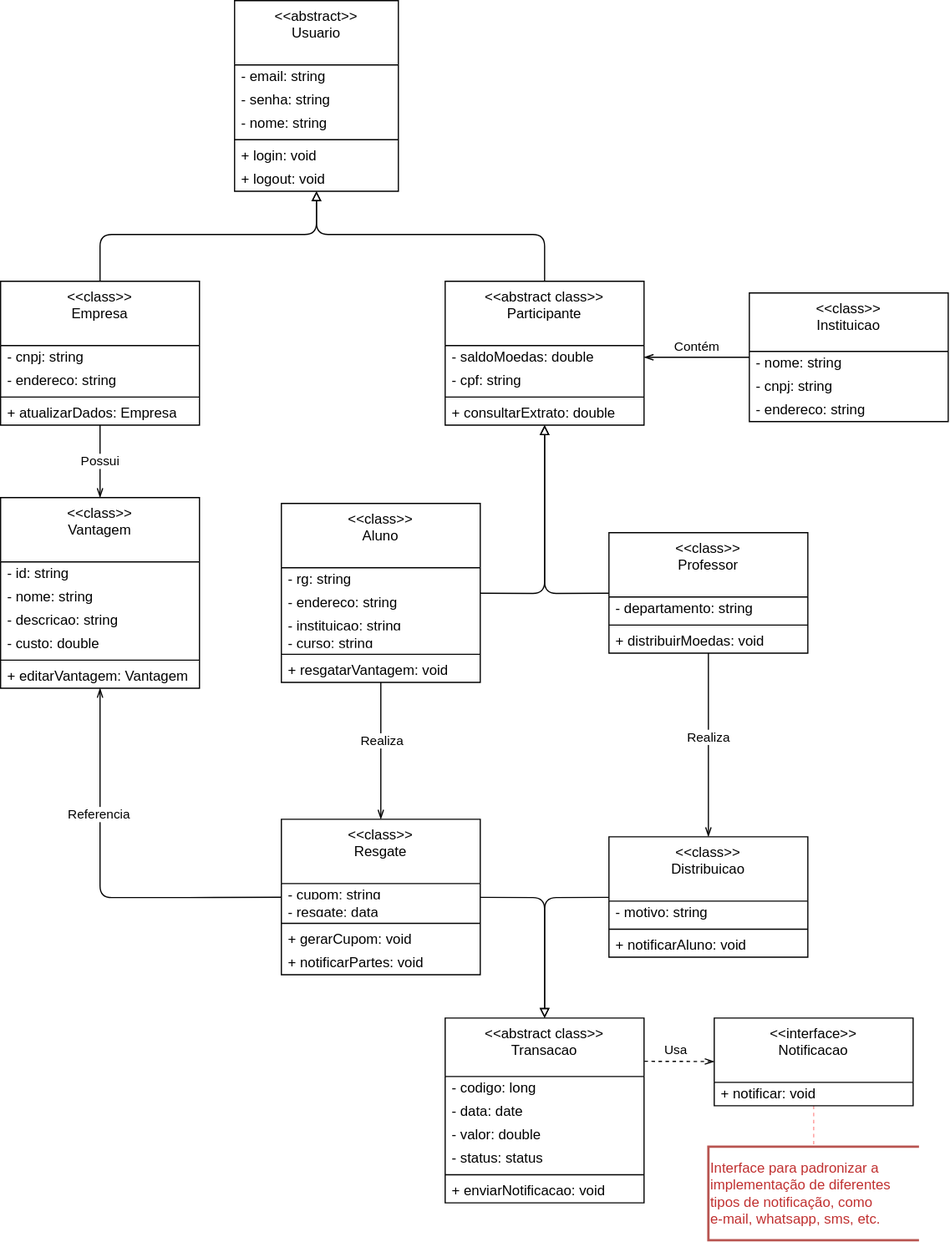
Before: projeto/DiagramaDeClasse.drawio.svg, a diagram exported from draw.io (marcosffp/Sistema-Merito-Digital). Source tidied: cells renumbered, new cells last; positions are measured from the earlier drawing's top-left corner, leaving out a move shared by most shapes.
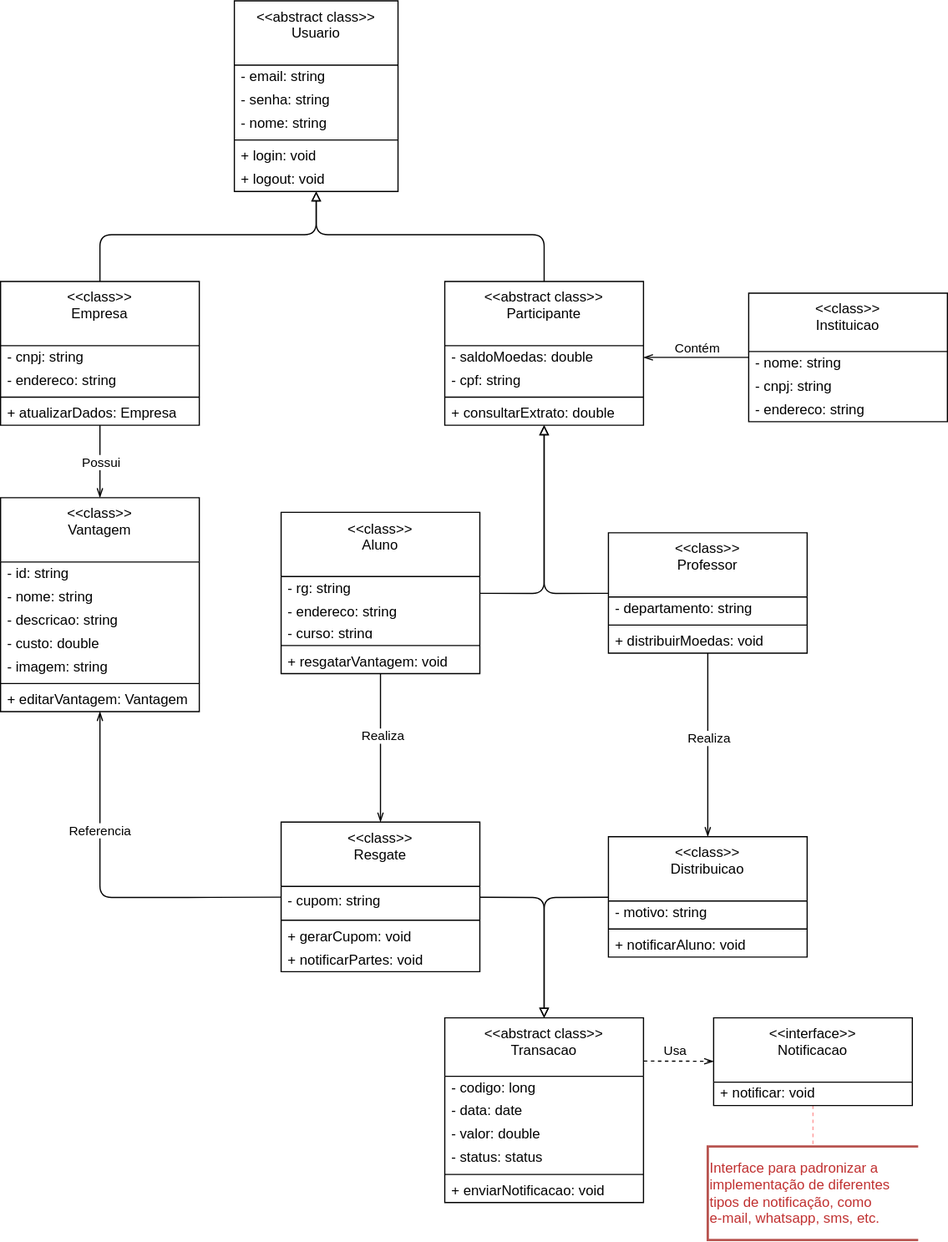
After the commit.

Commit message:
feat: Initialize Spring Boot project with Maven Wrapper + Fixing UML issues

Diff of the diagram source:
```diff
@@ -2,7 +2,7 @@
   <root>
     <mxCell id="0" />
     <mxCell id="1" parent="0" />
-    <mxCell id="2" value="&amp;lt;&amp;lt;abstract&amp;gt;&amp;gt;&lt;div&gt;Usuario&lt;/div&gt;" style="swimlane;fontStyle=0;align=center;verticalAlign=top;horizontal=1;startSize=55;html=1;whiteSpace=wrap;" parent="1" vertex="1">
+    <mxCell id="2" value="&amp;lt;&amp;lt;abstract class&amp;gt;&amp;gt;&lt;div&gt;Usuario&lt;/div&gt;" style="swimlane;fontStyle=0;align=center;verticalAlign=top;horizontal=1;startSize=55;html=1;whiteSpace=wrap;" parent="1" vertex="1">
       <mxGeometry x="200" width="140" height="163" as="geometry" />
     </mxCell>
     <mxCell id="3" value="- email: string" style="text;html=1;strokeColor=none;fillColor=none;align=left;verticalAlign=middle;spacingLeft=4;spacingRight=4;overflow=hidden;whiteSpace=wrap;" parent="2" vertex="1">
@@ -55,7 +55,7 @@
       <mxGeometry y="103" width="170" height="20" as="geometry" />
     </mxCell>
     <mxCell id="17" value="&amp;lt;&amp;lt;class&amp;gt;&amp;gt;&lt;div&gt;Vantagem&lt;/div&gt;" style="swimlane;fontStyle=0;align=center;verticalAlign=top;horizontal=1;startSize=55;html=1;whiteSpace=wrap;" parent="1" vertex="1">
-      <mxGeometry y="425" width="170" height="163" as="geometry" />
+      <mxGeometry y="425" width="170" height="183" as="geometry" />
     </mxCell>
     <mxCell id="18" value="- id: string" style="text;html=1;strokeColor=none;fillColor=none;align=left;verticalAlign=middle;spacingLeft=4;spacingRight=4;overflow=hidden;whiteSpace=wrap;" parent="17" vertex="1">
       <mxGeometry y="55" width="170" height="20" as="geometry" />
@@ -69,11 +69,14 @@
     <mxCell id="21" value="- custo: double" style="text;html=1;strokeColor=none;fillColor=none;align=left;verticalAlign=middle;spacingLeft=4;spacingRight=4;overflow=hidden;whiteSpace=wrap;" parent="17" vertex="1">
       <mxGeometry y="115" width="170" height="20" as="geometry" />
     </mxCell>
+    <mxCell id="80" value="- imagem: string" style="text;html=1;strokeColor=none;fillColor=none;align=left;verticalAlign=middle;spacingLeft=4;spacingRight=4;overflow=hidden;whiteSpace=wrap;" parent="17" vertex="1">
+      <mxGeometry y="135" width="170" height="20" as="geometry" />
+    </mxCell>
     <mxCell id="22" style="line;strokeWidth=1;fillColor=none;align=left;verticalAlign=middle;spacingTop=-1;spacingLeft=3;spacingRight=3;labelPosition=right;" parent="17" vertex="1">
-      <mxGeometry y="135" width="170" height="8" as="geometry" />
+      <mxGeometry y="155" width="170" height="8" as="geometry" />
     </mxCell>
     <mxCell id="23" value="+ editarVantagem: Vantagem" style="text;html=1;strokeColor=none;fillColor=none;align=left;verticalAlign=middle;spacingLeft=4;spacingRight=4;overflow=hidden;whiteSpace=wrap;" parent="17" vertex="1">
-      <mxGeometry y="143" width="170" height="20" as="geometry" />
+      <mxGeometry y="163" width="170" height="20" as="geometry" />
     </mxCell>
     <mxCell id="24" style="edgeStyle=none;html=1;endArrow=block;endFill=0;" parent="1" edge="1" source="25" target="2">
       <mxGeometry relative="1" as="geometry">
@@ -112,7 +115,7 @@
       <mxGeometry x="-0.16" y="1" relative="1" as="geometry" />
     </mxCell>
     <mxCell id="33" value="&amp;lt;&amp;lt;class&amp;gt;&amp;gt;&lt;div&gt;Aluno&lt;/div&gt;" style="swimlane;fontStyle=0;align=center;verticalAlign=top;horizontal=1;startSize=55;html=1;whiteSpace=wrap;" parent="1" vertex="1">
-      <mxGeometry x="240" y="430" width="170" height="153" as="geometry" />
+      <mxGeometry x="240" y="437.5" width="170" height="138" as="geometry" />
     </mxCell>
     <mxCell id="34" value="- rg: string" style="text;html=1;strokeColor=none;fillColor=none;align=left;verticalAlign=middle;spacingLeft=4;spacingRight=4;overflow=hidden;whiteSpace=wrap;" parent="33" vertex="1">
       <mxGeometry y="55" width="170" height="20" as="geometry" />
@@ -120,17 +123,14 @@
     <mxCell id="35" value="- endereco: string" style="text;html=1;strokeColor=none;fillColor=none;align=left;verticalAlign=middle;spacingLeft=4;spacingRight=4;overflow=hidden;whiteSpace=wrap;" parent="33" vertex="1">
       <mxGeometry y="75" width="170" height="20" as="geometry" />
     </mxCell>
-    <mxCell id="36" value="- instituicao: string" style="text;html=1;strokeColor=none;fillColor=none;align=left;verticalAlign=middle;spacingLeft=4;spacingRight=4;overflow=hidden;whiteSpace=wrap;" parent="33" vertex="1">
-      <mxGeometry y="95" width="170" height="15" as="geometry" />
-    </mxCell>
     <mxCell id="37" value="- curso: string" style="text;html=1;strokeColor=none;fillColor=none;align=left;verticalAlign=middle;spacingLeft=4;spacingRight=4;overflow=hidden;whiteSpace=wrap;" parent="33" vertex="1">
-      <mxGeometry y="110" width="170" height="15" as="geometry" />
+      <mxGeometry y="95" width="170" height="15" as="geometry" />
     </mxCell>
     <mxCell id="38" style="line;strokeWidth=1;fillColor=none;align=left;verticalAlign=middle;spacingTop=-1;spacingLeft=3;spacingRight=3;labelPosition=right;" parent="33" vertex="1">
-      <mxGeometry y="125" width="170" height="8" as="geometry" />
+      <mxGeometry y="110" width="170" height="8" as="geometry" />
     </mxCell>
     <mxCell id="39" value="+ resgatarVantagem: void" style="text;html=1;strokeColor=none;fillColor=none;align=left;verticalAlign=middle;spacingLeft=4;spacingRight=4;overflow=hidden;whiteSpace=wrap;" parent="33" vertex="1">
-      <mxGeometry y="133" width="170" height="20" as="geometry" />
+      <mxGeometry y="118" width="170" height="20" as="geometry" />
     </mxCell>
     <mxCell id="40" style="edgeStyle=none;html=1;endArrow=block;endFill=0;" parent="1" edge="1" source="43" target="25">
       <mxGeometry relative="1" as="geometry">
@@ -205,22 +205,19 @@
       </mxGeometry>
     </mxCell>
     <mxCell id="60" value="&amp;lt;&amp;lt;class&amp;gt;&amp;gt;&lt;div&gt;Resgate&lt;/div&gt;" style="swimlane;fontStyle=0;align=center;verticalAlign=top;horizontal=1;startSize=55;html=1;whiteSpace=wrap;" parent="1" vertex="1">
-      <mxGeometry x="240" y="700" width="170" height="133" as="geometry" />
+      <mxGeometry x="240" y="702.5" width="170" height="128" as="geometry" />
     </mxCell>
     <mxCell id="61" value="- cupom: string" style="text;html=1;strokeColor=none;fillColor=none;align=left;verticalAlign=middle;spacingLeft=4;spacingRight=4;overflow=hidden;whiteSpace=wrap;" parent="60" vertex="1">
-      <mxGeometry y="55" width="170" height="15" as="geometry" />
+      <mxGeometry y="55" width="170" height="25" as="geometry" />
     </mxCell>
-    <mxCell id="62" value="- resgate: data" style="text;html=1;strokeColor=none;fillColor=none;align=left;verticalAlign=middle;spacingLeft=4;spacingRight=4;overflow=hidden;whiteSpace=wrap;" parent="60" vertex="1">
-      <mxGeometry y="70" width="170" height="15" as="geometry" />
-    </mxCell>
     <mxCell id="63" style="line;strokeWidth=1;fillColor=none;align=left;verticalAlign=middle;spacingTop=-1;spacingLeft=3;spacingRight=3;labelPosition=right;" parent="60" vertex="1">
-      <mxGeometry y="85" width="170" height="8" as="geometry" />
+      <mxGeometry y="80" width="170" height="8" as="geometry" />
     </mxCell>
     <mxCell id="64" value="+ gerarCupom: void" style="text;html=1;strokeColor=none;fillColor=none;align=left;verticalAlign=middle;spacingLeft=4;spacingRight=4;overflow=hidden;whiteSpace=wrap;" parent="60" vertex="1">
-      <mxGeometry y="93" width="170" height="20" as="geometry" />
+      <mxGeometry y="88" width="170" height="20" as="geometry" />
     </mxCell>
     <mxCell id="65" value="+ notificarPartes: void" style="text;html=1;strokeColor=none;fillColor=none;align=left;verticalAlign=middle;spacingLeft=4;spacingRight=4;overflow=hidden;whiteSpace=wrap;" parent="60" vertex="1">
-      <mxGeometry y="113" width="170" height="20" as="geometry" />
+      <mxGeometry y="108" width="170" height="20" as="geometry" />
     </mxCell>
     <mxCell id="66" style="edgeStyle=none;html=1;endArrow=openThin;endFill=0;" parent="1" edge="1" source="60" target="17">
       <mxGeometry relative="1" as="geometry">
```
